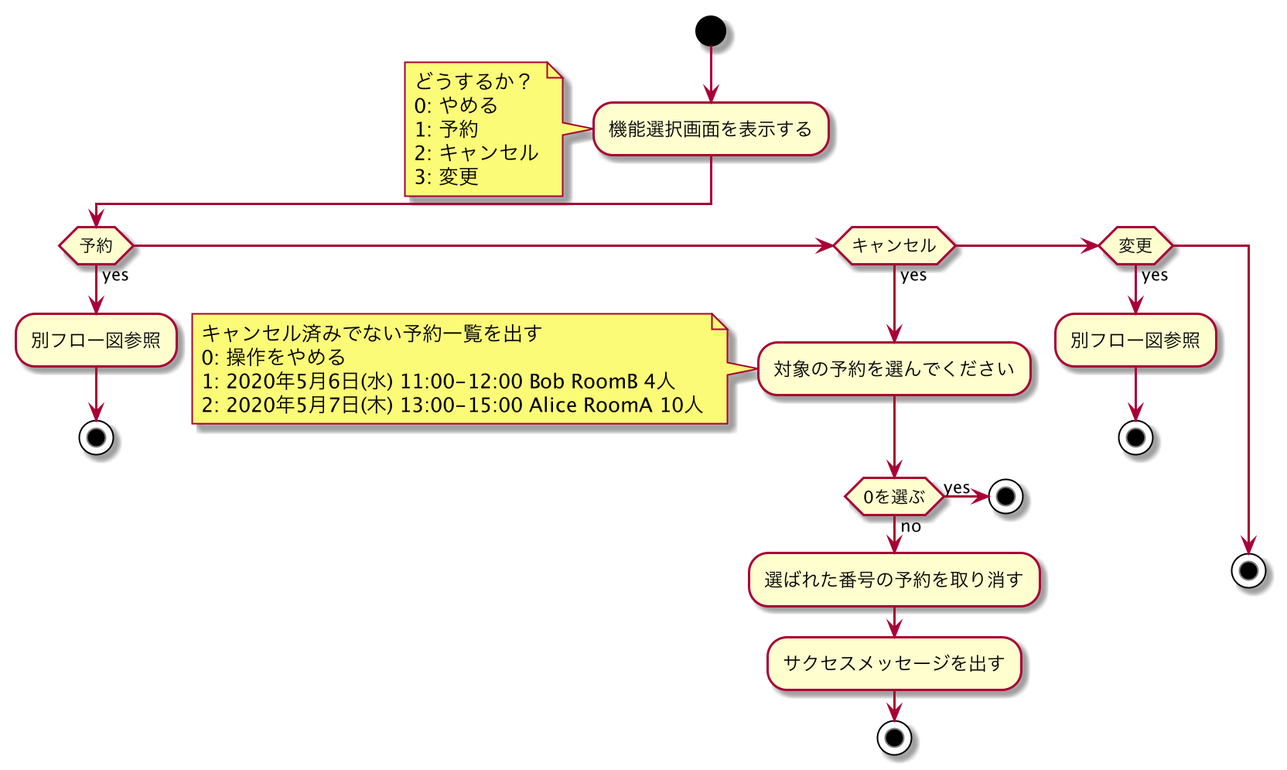
Above: diagram/アプリフロー図_会議室をキャンセルする.png in ModelingKai/meeting-room-python (PlantUML), before the change. Its diagram source:
```plantuml
@startuml
start
:機能選択画面を表示する;
note left
どうするか？
0: やめる
1: 予約
2: キャンセル
3: 変更
end note

if (予約) then (yes)
  :別フロー図参照;
  stop
elseif (キャンセル) then (yes)
  :対象の予約を選んでください;
  note left
  キャンセル済みでない予約一覧を出す
  0: 操作をやめる
  1: 2020年5月6日(水) 11:00-12:00 Bob RoomB 4人
  2: 2020年5月7日(木) 13:00-15:00 Alice RoomA 10人
  end note
  if (0を選ぶ) then (yes)
    stop
  else (no)
    :選ばれた番号の予約を取り消す;
    :サクセスメッセージを出す;
    stop
  endif
elseif (変更) then (yes)
  :別フロー図参照;
  stop
  else
  stop
endif
@enduml
```
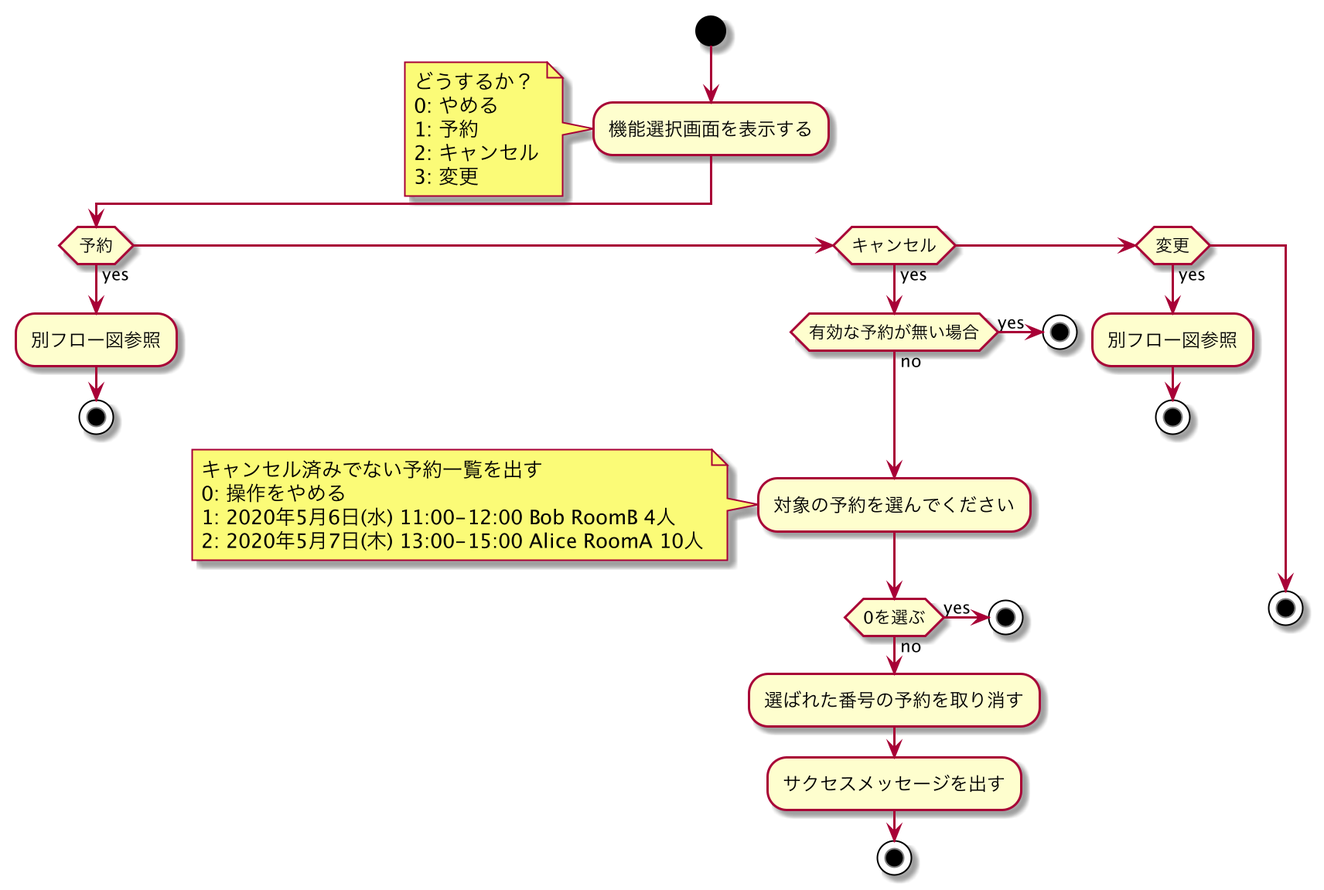
Above is the later version.

Commit message:
「予約内容を変更する」と「会議室をキャンセルする」のアプリフロー図を更新した

Diff of the diagram source:
```diff
@@ -13,6 +13,10 @@
   :別フロー図参照;
   stop
 elseif (キャンセル) then (yes)
+  if (有効な予約が無い場合) then (yes)
+    stop
+  else (no)
+  endif
   :対象の予約を選んでください;
   note left
   キャンセル済みでない予約一覧を出す
```
